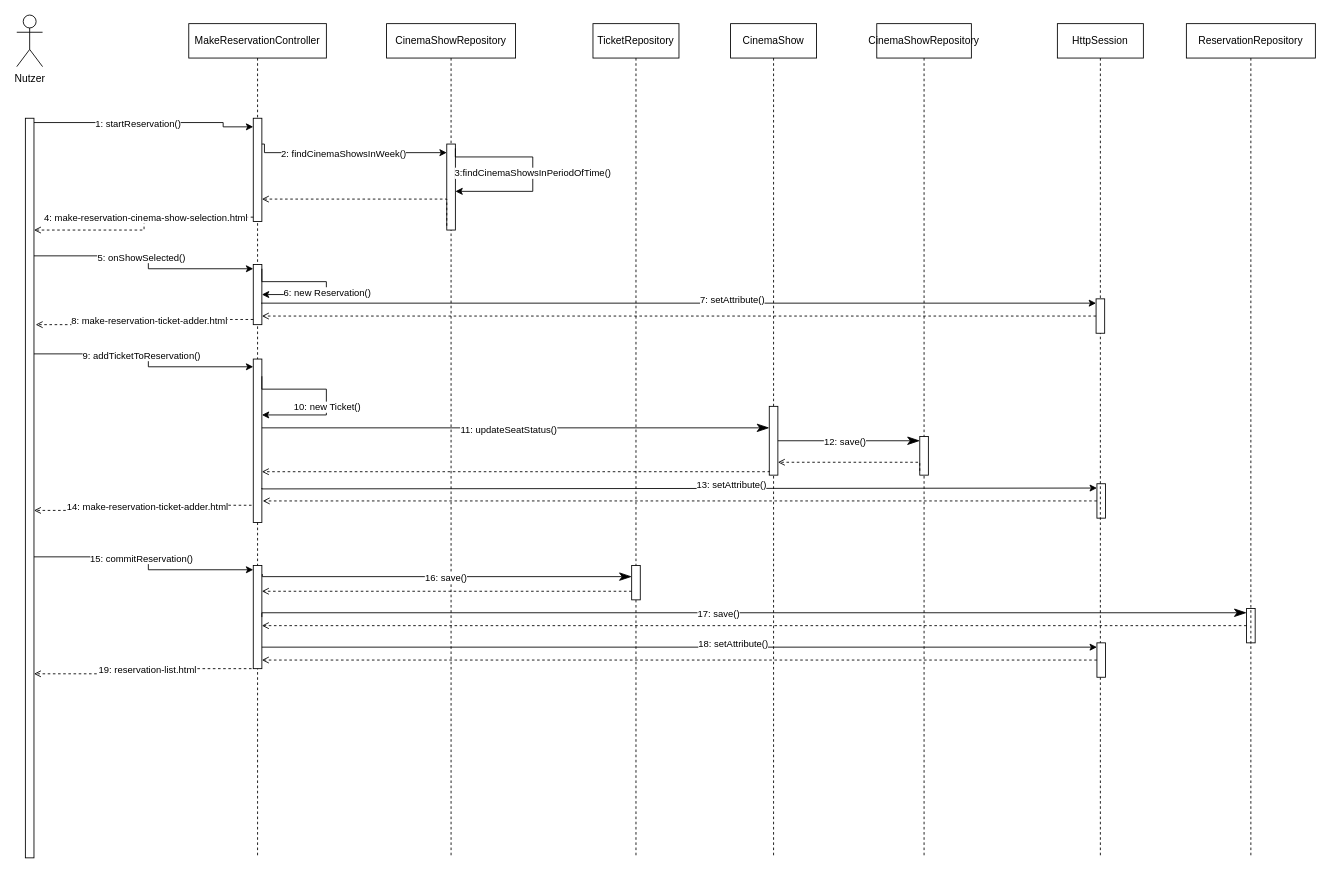
This is src/main/asciidoc/models/design/Kundenportal/kundenportal_sequenzdiagram.drawio from Leonard0108/Anwendungsprogrammierung, a draw.io file, before an edit. Source tidied: cells renumbered, new cells numbered last; positions are measured from the earlier drawing's top-left corner, leaving out a move shared by most shapes. Both pictures are drawn from the tidied source at 86%, with x=0, y=0 at pixel (16, 15).
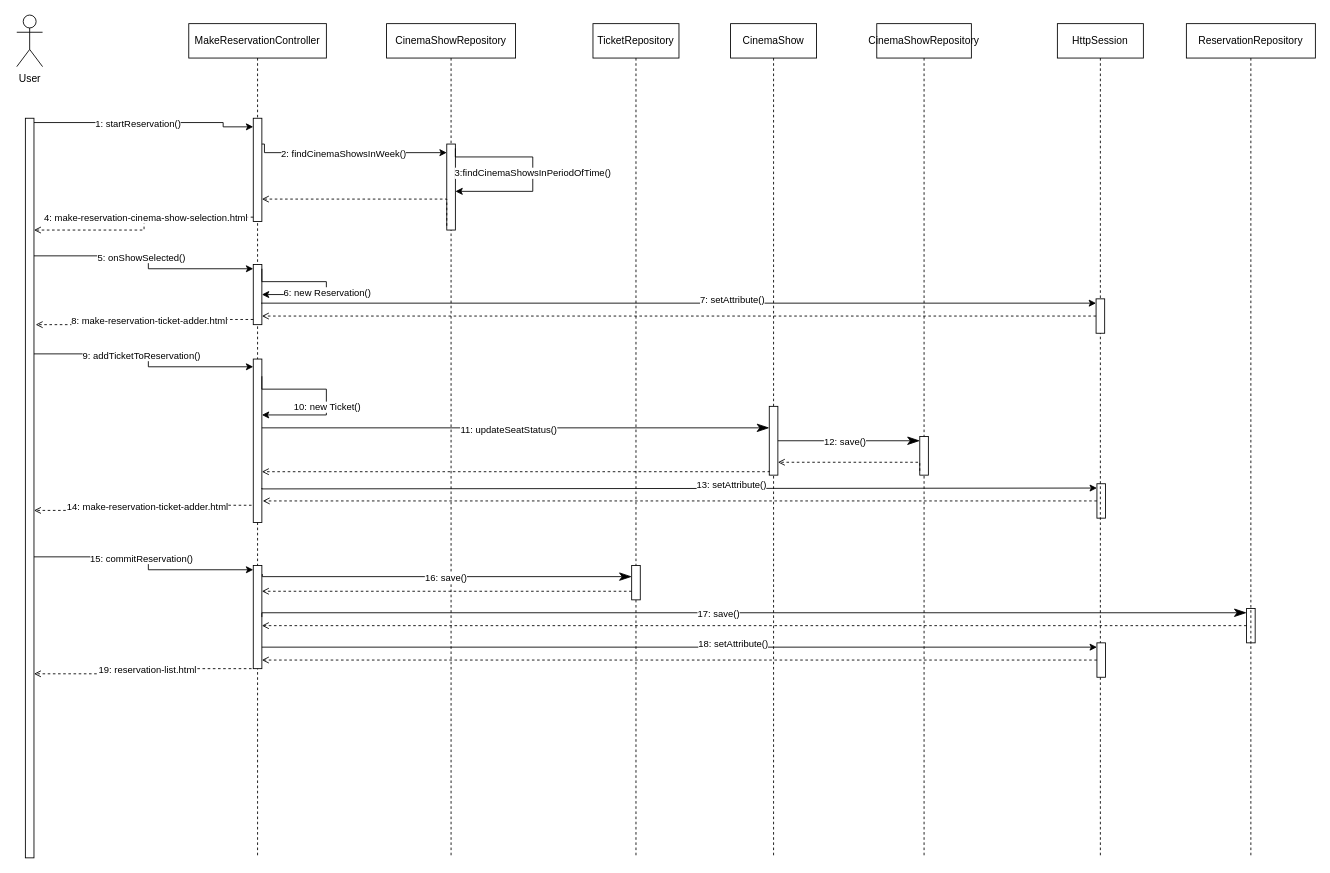
Above is the later version.

What changed in the source:
```diff
@@
-    <mxCell id="2" value="Nutzer" style="shape=umlActor;verticalLabelPosition=bottom;verticalAlign=top;html=1;" parent="1" vertex="1">
+    <mxCell id="2" value="User" style="shape=umlActor;verticalLabelPosition=bottom;verticalAlign=top;html=1;" parent="1" vertex="1">
       <mxGeometry width="30" height="60" as="geometry" />
     </mxCell>
```
